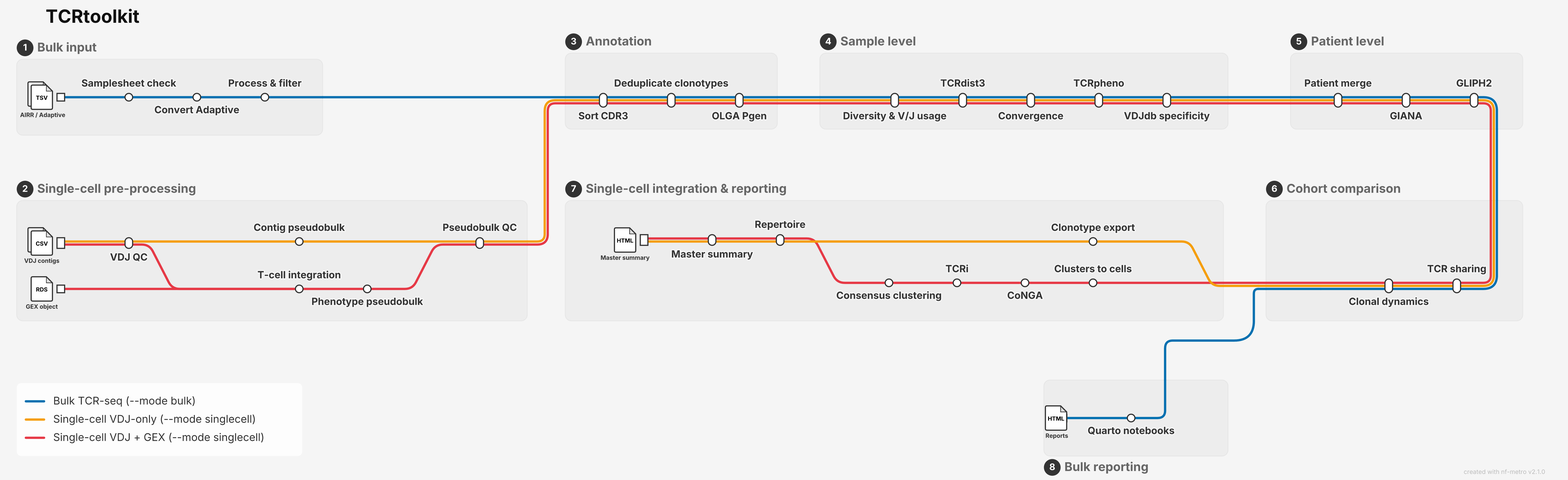
This is assets/metro/tcrtoolkit_metro.png from KarchinLab/TCRtoolkit, a Mermaid export, as it was before one commit. Its source is kept beside it as assets/metro/tcrtoolkit_metro.mmd. Its diagram source:
```mermaid

graph LR
    subgraph bulk_input [Bulk input]
        bulk_in[ ]
        input_check[Samplesheet check]
        convert[Convert Adaptive]
        annotate_process[Process & filter]

        bulk_in -->|bulk| input_check
        input_check -->|bulk| convert
        convert -->|bulk| annotate_process
    end

    subgraph sc_preprocess [Single-cell pre-processing]
        vdj_in[ ]
        vdj_qc[VDJ QC]
        vdj_to_bulk[Contig pseudobulk]
        tcell_int[T-cell integration]
        sc_to_cdr3[Phenotype pseudobulk]
        pseudobulk_qc[Pseudobulk QC]
        gex_in[ ]

        vdj_in -->|sc_full,sc_vdj| vdj_qc
        vdj_qc -->|sc_vdj| vdj_to_bulk
        vdj_qc -->|sc_full| tcell_int
        gex_in -->|sc_full| tcell_int
        tcell_int -->|sc_full| sc_to_cdr3
        vdj_to_bulk -->|sc_vdj| pseudobulk_qc
        sc_to_cdr3 -->|sc_full| pseudobulk_qc
    end

    subgraph annotate [Annotation]
        sort_cdr3[Sort CDR3]
        dedup[Deduplicate clonotypes]
        olga[OLGA Pgen]

        sort_cdr3 -->|bulk,sc_full,sc_vdj| dedup
        dedup -->|bulk,sc_full,sc_vdj| olga
    end

    subgraph sample [Sample level]
        sample_calc[Diversity & V/J usage]
        tcrdist3[TCRdist3]
        convergence[Convergence]
        tcrpheno[TCRpheno]
        vdjdb[VDJdb specificity]

        sample_calc -->|bulk,sc_full,sc_vdj| tcrdist3
        tcrdist3 -->|bulk,sc_full,sc_vdj| convergence
        convergence -->|bulk,sc_full,sc_vdj| tcrpheno
        tcrpheno -->|bulk,sc_full,sc_vdj| vdjdb
    end

    subgraph patient [Patient level]
        patient_calc[Patient merge]
        giana[GIANA]
        gliph2[GLIPH2]

        patient_calc -->|bulk,sc_full,sc_vdj| giana
        giana -->|bulk,sc_full,sc_vdj| gliph2
    end

    subgraph compare [Cohort comparison]
        tcrsharing[TCR sharing]
        clonal_dynamics[Clonal dynamics]


        _bulk_out[ ]

        tcrsharing -->|bulk,sc_full,sc_vdj| clonal_dynamics
        clonal_dynamics -->|bulk| _bulk_out
    end

    subgraph bulk_reports [Bulk reporting]
        render[Quarto notebooks]
        bulk_report[ ]

        render -->|bulk| bulk_report
    end

    subgraph sc_downstream [Single-cell integration & reporting]
        cluster_to_sc[Clusters to cells]
        conga[CoNGA]
        tcri[TCRi]
        consensus[Consensus clustering]
        bulk_to_export[Clonotype export]
        repertoire[Repertoire]
        master_summary[Master summary]
        sc_report[ ]

        cluster_to_sc -->|sc_full| conga
        conga -->|sc_full| tcri
        tcri -->|sc_full| consensus
        consensus -->|sc_full| repertoire
        bulk_to_export -->|sc_vdj| repertoire
        repertoire -->|sc_full,sc_vdj| master_summary
        master_summary -->|sc_full,sc_vdj| sc_report
    end

    annotate_process -->|bulk| sort_cdr3
    pseudobulk_qc -->|sc_full,sc_vdj| sort_cdr3
    olga -->|bulk,sc_full,sc_vdj| sample_calc
    vdjdb -->|bulk,sc_full,sc_vdj| patient_calc
    gliph2 -->|bulk,sc_full,sc_vdj| tcrsharing
    _bulk_out -->|bulk| render
    clonal_dynamics -->|sc_full| cluster_to_sc
    clonal_dynamics -->|sc_vdj| bulk_to_export
```
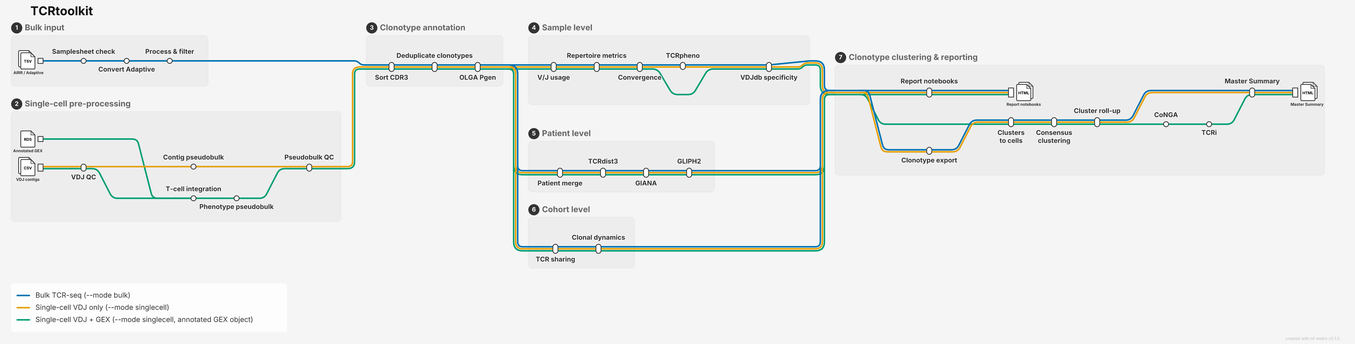
Above is the later version.

Commit message:
Update nf-metro pipeline diagram for bulk and single-cell routes

Three lines (bulk, single-cell VDJ-only, single-cell VDJ+GEX) through the
current pipeline: sample, patient and cohort levels as separate sections,
REPERTOIRE_METRICS at sample level, TCRdist3 with GIANA/GLIPH2 at patient
level, TCRpheno off the VDJ+GEX route, CoNGA/TCRi on the GEX route only, and
the report notebooks and Master Summary as outputs. Rendered with nf-metro 2.1.0.

What changed in the source:
```diff
@@ -13,14 +13,14 @@
 
     subgraph sc_preprocess [Single-cell pre-processing]
         vdj_in[ ]
+        gex_in[ ]
         vdj_qc[VDJ QC]
         vdj_to_bulk[Contig pseudobulk]
         tcell_int[T-cell integration]
         sc_to_cdr3[Phenotype pseudobulk]
         pseudobulk_qc[Pseudobulk QC]
-        gex_in[ ]
 
-        vdj_in -->|sc_full,sc_vdj| vdj_qc
+        vdj_in -->|sc_vdj,sc_full| vdj_qc
         vdj_qc -->|sc_vdj| vdj_to_bulk
         vdj_qc -->|sc_full| tcell_int
         gex_in -->|sc_full| tcell_int
@@ -29,79 +29,79 @@
         sc_to_cdr3 -->|sc_full| pseudobulk_qc
     end
 
-    subgraph annotate [Annotation]
+    subgraph annotate [Clonotype annotation]
         sort_cdr3[Sort CDR3]
         dedup[Deduplicate clonotypes]
         olga[OLGA Pgen]
 
-        sort_cdr3 -->|bulk,sc_full,sc_vdj| dedup
-        dedup -->|bulk,sc_full,sc_vdj| olga
+        sort_cdr3 -->|bulk,sc_vdj,sc_full| dedup
+        dedup -->|bulk,sc_vdj,sc_full| olga
     end
 
-    subgraph sample [Sample level]
-        sample_calc[Diversity & V/J usage]
-        tcrdist3[TCRdist3]
+    subgraph sample_level [Sample level]
+        sample_calc[V/J usage]
+        rep_metrics[Repertoire metrics]
         convergence[Convergence]
         tcrpheno[TCRpheno]
         vdjdb[VDJdb specificity]
 
-        sample_calc -->|bulk,sc_full,sc_vdj| tcrdist3
-        tcrdist3 -->|bulk,sc_full,sc_vdj| convergence
-        convergence -->|bulk,sc_full,sc_vdj| tcrpheno
-        tcrpheno -->|bulk,sc_full,sc_vdj| vdjdb
+        sample_calc -->|bulk,sc_vdj,sc_full| rep_metrics
+        rep_metrics -->|bulk,sc_vdj,sc_full| convergence
+        convergence -->|bulk,sc_vdj| tcrpheno
+        tcrpheno -->|bulk,sc_vdj| vdjdb
+        convergence -->|sc_full| vdjdb
     end
 
-    subgraph patient [Patient level]
-        patient_calc[Patient merge]
+    subgraph patient_level [Patient level]
+        patient_merge[Patient merge]
+        tcrdist3[TCRdist3]
         giana[GIANA]
         gliph2[GLIPH2]
 
-        patient_calc -->|bulk,sc_full,sc_vdj| giana
-        giana -->|bulk,sc_full,sc_vdj| gliph2
+        patient_merge -->|bulk,sc_vdj,sc_full| tcrdist3
+        tcrdist3 -->|bulk,sc_vdj,sc_full| giana
+        giana -->|bulk,sc_vdj,sc_full| gliph2
     end
 
-    subgraph compare [Cohort comparison]
+    subgraph cohort_level [Cohort level]
         tcrsharing[TCR sharing]
         clonal_dynamics[Clonal dynamics]
 
-
-        _bulk_out[ ]
-
-        tcrsharing -->|bulk,sc_full,sc_vdj| clonal_dynamics
-        clonal_dynamics -->|bulk| _bulk_out
+        tcrsharing -->|bulk,sc_vdj,sc_full| clonal_dynamics
     end
 
-    subgraph bulk_reports [Bulk reporting]
-        render[Quarto notebooks]
-        bulk_report[ ]
-
-        render -->|bulk| bulk_report
-    end
-
-    subgraph sc_downstream [Single-cell integration & reporting]
+    subgraph downstream [Clonotype clustering & reporting]
+        _join[ ]
+        notebooks[Report notebooks]
+        notebooks_out[ ]
+        bulk_to_export[Clonotype export]
         cluster_to_sc[Clusters to cells]
+        consensus[Consensus clustering]
+        rollup[Cluster roll-up]
         conga[CoNGA]
         tcri[TCRi]
-        consensus[Consensus clustering]
-        bulk_to_export[Clonotype export]
-        repertoire[Repertoire]
-        master_summary[Master summary]
-        sc_report[ ]
+        master_summary[Master Summary]
+        summary_out[ ]
 
-        cluster_to_sc -->|sc_full| conga
+        _join -->|bulk,sc_vdj,sc_full| notebooks
+        _join -->|bulk,sc_vdj| bulk_to_export
+        _join -->|sc_full| cluster_to_sc
+        notebooks -->|bulk,sc_vdj,sc_full| notebooks_out
+        bulk_to_export -->|bulk,sc_vdj| cluster_to_sc
+        cluster_to_sc -->|bulk,sc_vdj,sc_full| consensus
+        consensus -->|bulk,sc_vdj,sc_full| rollup
+        rollup -->|bulk,sc_vdj| master_summary
+        rollup -->|sc_full| conga
         conga -->|sc_full| tcri
-        tcri -->|sc_full| consensus
-        consensus -->|sc_full| repertoire
-        bulk_to_export -->|sc_vdj| repertoire
-        repertoire -->|sc_full,sc_vdj| master_summary
-        master_summary -->|sc_full,sc_vdj| sc_report
+        tcri -->|sc_full| master_summary
+        master_summary -->|bulk,sc_vdj,sc_full| summary_out
     end
 
     annotate_process -->|bulk| sort_cdr3
-    pseudobulk_qc -->|sc_full,sc_vdj| sort_cdr3
-    olga -->|bulk,sc_full,sc_vdj| sample_calc
-    vdjdb -->|bulk,sc_full,sc_vdj| patient_calc
-    gliph2 -->|bulk,sc_full,sc_vdj| tcrsharing
-    _bulk_out -->|bulk| render
-    clonal_dynamics -->|sc_full| cluster_to_sc
-    clonal_dynamics -->|sc_vdj| bulk_to_export
+    pseudobulk_qc -->|sc_vdj,sc_full| sort_cdr3
+    olga -->|bulk,sc_vdj,sc_full| sample_calc
+    olga -->|bulk,sc_vdj,sc_full| patient_merge
+    olga -->|bulk,sc_vdj,sc_full| tcrsharing
+    vdjdb -->|bulk,sc_vdj,sc_full| _join
+    gliph2 -->|bulk,sc_vdj,sc_full| _join
+    clonal_dynamics -->|bulk,sc_vdj,sc_full| _join
```
